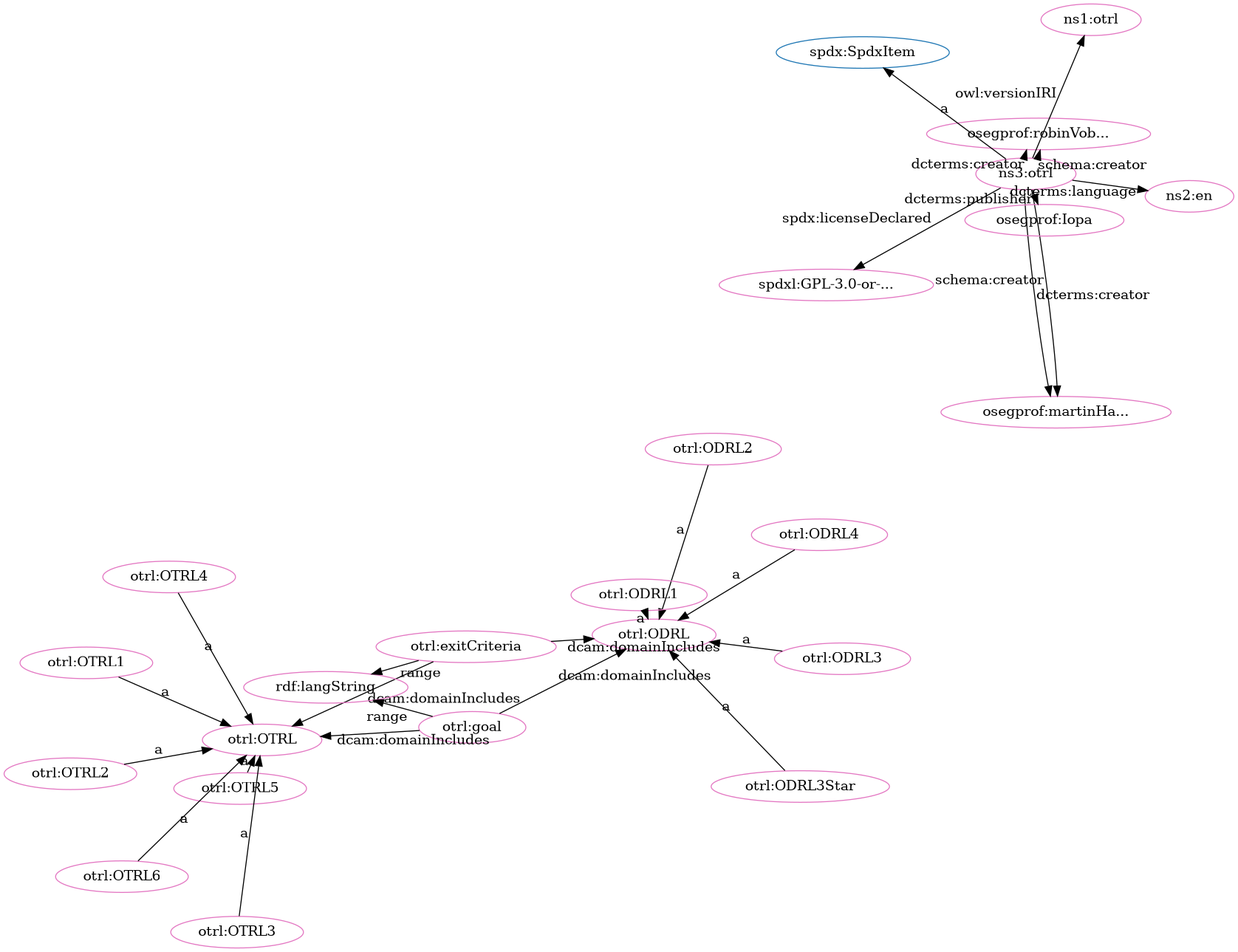
Before: src/spec/dot_otrl-clean.png, a diagram exported from Graphviz (iop-alliance/OpenKnowHow). Its source is kept beside it as src/spec/dot_otrl-clean.dot.
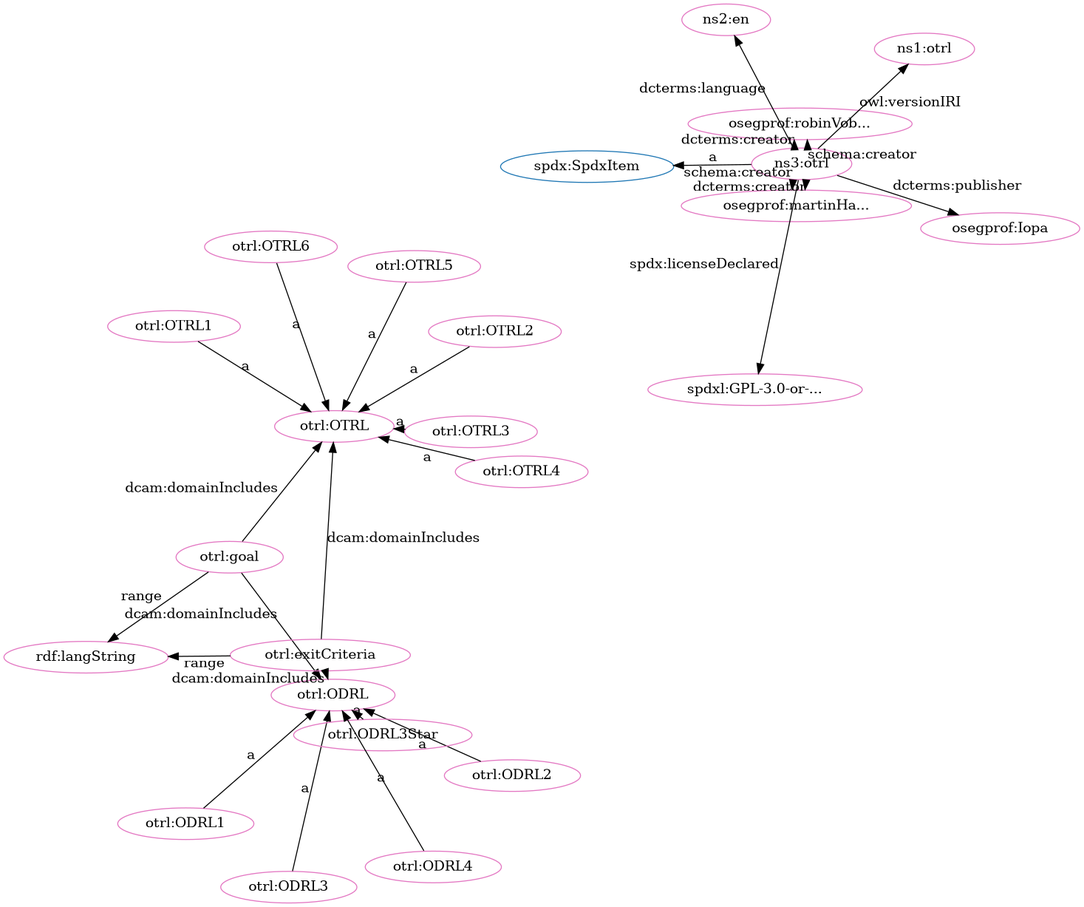
The same file after the commit.

Diff of the diagram source:
```diff
@@ -1,56 +1,56 @@
 digraph G {
   rankdir=BT
   node[height=.3]
+"http://w3id.org/oseg/ont/otrl#ODRL" [fillcolor="#1f77b4" color="#1f77b4" label="otrl:ODRL"]
 "http://w3id.org/oseg/ont/otrl#OTRL" [fillcolor="#1f77b4" color="#1f77b4" label="otrl:OTRL"]
-"http://w3id.org/oseg/ont/otrl#ODRL" [fillcolor="#1f77b4" color="#1f77b4" label="otrl:ODRL"]
 "http://spdx.org/rdf/terms#SpdxItem" [fillcolor="#1f77b4" color="#1f77b4" label="spdx:SpdxItem"]
+"http://w3id.org/oseg/ont/otrl#ODRL3" [fillcolor="#e377c2" color="#e377c2" label="otrl:ODRL3"]
+"http://w3id.org/oseg/ont/otrl#OTRL1" [fillcolor="#e377c2" color="#e377c2" label="otrl:OTRL1"]
+"http://w3id.org/oseg/ont/oseg-profiles#Iopa" [fillcolor="#e377c2" color="#e377c2" label="osegprof:Iopa"]
+"http://w3id.org/oseg/ont/otrl#ODRL2" [fillcolor="#e377c2" color="#e377c2" label="otrl:ODRL2"]
+"http://w3id.org/oseg/ont/otrl#OTRL6" [fillcolor="#e377c2" color="#e377c2" label="otrl:OTRL6"]
+"http://w3id.org/oseg/ont/otrl#goal" [fillcolor="#e377c2" color="#e377c2" label="otrl:goal"]
 "http://w3id.org/oseg/ont/otrl#OTRL2" [fillcolor="#e377c2" color="#e377c2" label="otrl:OTRL2"]
+"http://w3id.org/oseg/ont/otrl#ODRL1" [fillcolor="#e377c2" color="#e377c2" label="otrl:ODRL1"]
+"http://w3id.org/oseg/ont/oseg-profiles#martinHaeuer" [fillcolor="#e377c2" color="#e377c2" label="osegprof:martinHa..."]
+"http://w3id.org/oseg/ont/otrl#ODRL3Star" [fillcolor="#e377c2" color="#e377c2" label="otrl:ODRL3Star"]
+"http://w3id.org/oseg/ont/otrl#OTRL" [fillcolor="#e377c2" color="#e377c2" label="otrl:OTRL"]
+"http://w3id.org/oseg/ont/oseg-profiles#robinVobruba" [fillcolor="#e377c2" color="#e377c2" label="osegprof:robinVob..."]
+"http://w3id.org/oseg/ont/1.1.0/otrl" [fillcolor="#e377c2" color="#e377c2" label="ns1:otrl"]
+"http://w3id.org/oseg/ont/otrl#ODRL4" [fillcolor="#e377c2" color="#e377c2" label="otrl:ODRL4"]
 "http://w3id.org/oseg/ont/otrl#ODRL" [fillcolor="#e377c2" color="#e377c2" label="otrl:ODRL"]
+"http://www.w3.org/1999/02/22-rdf-syntax-ns#langString" [fillcolor="#e377c2" color="#e377c2" label="rdf:langString"]
+"http://id.loc.gov/vocabulary/iso639-1/en" [fillcolor="#e377c2" color="#e377c2" label="ns2:en"]
 "http://w3id.org/oseg/ont/otrl#exitCriteria" [fillcolor="#e377c2" color="#e377c2" label="otrl:exitCriteria"]
-"http://www.w3.org/1999/02/22-rdf-syntax-ns#langString" [fillcolor="#e377c2" color="#e377c2" label="rdf:langString"]
-"http://w3id.org/oseg/ont/oseg-profiles#robinVobruba" [fillcolor="#e377c2" color="#e377c2" label="osegprof:robinVob..."]
 "http://spdx.org/licenses/GPL-3.0-or-later" [fillcolor="#e377c2" color="#e377c2" label="spdxl:GPL-3.0-or-..."]
-"http://w3id.org/oseg/ont/otrl#ODRL2" [fillcolor="#e377c2" color="#e377c2" label="otrl:ODRL2"]
-"http://w3id.org/oseg/ont/1.1.0/otrl" [fillcolor="#e377c2" color="#e377c2" label="ns1:otrl"]
-"http://id.loc.gov/vocabulary/iso639-1/en" [fillcolor="#e377c2" color="#e377c2" label="ns2:en"]
-"http://w3id.org/oseg/ont/otrl#OTRL" [fillcolor="#e377c2" color="#e377c2" label="otrl:OTRL"]
+"http://w3id.org/oseg/ont/otrl#OTRL5" [fillcolor="#e377c2" color="#e377c2" label="otrl:OTRL5"]
+"http://w3id.org/oseg/ont/otrl" [fillcolor="#e377c2" color="#e377c2" label="ns3:otrl"]
+"http://w3id.org/oseg/ont/otrl#OTRL3" [fillcolor="#e377c2" color="#e377c2" label="otrl:OTRL3"]
 "http://w3id.org/oseg/ont/otrl#OTRL4" [fillcolor="#e377c2" color="#e377c2" label="otrl:OTRL4"]
-"http://w3id.org/oseg/ont/otrl" [fillcolor="#e377c2" color="#e377c2" label="ns3:otrl"]
-"http://w3id.org/oseg/ont/otrl#OTRL5" [fillcolor="#e377c2" color="#e377c2" label="otrl:OTRL5"]
-"http://w3id.org/oseg/ont/oseg-profiles#martinHaeuer" [fillcolor="#e377c2" color="#e377c2" label="osegprof:martinHa..."]
-"http://w3id.org/oseg/ont/oseg-profiles#Iopa" [fillcolor="#e377c2" color="#e377c2" label="osegprof:Iopa"]
-"http://w3id.org/oseg/ont/otrl#ODRL3Star" [fillcolor="#e377c2" color="#e377c2" label="otrl:ODRL3Star"]
-"http://w3id.org/oseg/ont/otrl#OTRL6" [fillcolor="#e377c2" color="#e377c2" label="otrl:OTRL6"]
-"http://w3id.org/oseg/ont/otrl#OTRL3" [fillcolor="#e377c2" color="#e377c2" label="otrl:OTRL3"]
-"http://w3id.org/oseg/ont/otrl#OTRL1" [fillcolor="#e377c2" color="#e377c2" label="otrl:OTRL1"]
-"http://w3id.org/oseg/ont/otrl#ODRL3" [fillcolor="#e377c2" color="#e377c2" label="otrl:ODRL3"]
-"http://w3id.org/oseg/ont/otrl#ODRL4" [fillcolor="#e377c2" color="#e377c2" label="otrl:ODRL4"]
-"http://w3id.org/oseg/ont/otrl#ODRL1" [fillcolor="#e377c2" color="#e377c2" label="otrl:ODRL1"]
-"http://w3id.org/oseg/ont/otrl#goal" [fillcolor="#e377c2" color="#e377c2" label="otrl:goal"]
+  "http://w3id.org/oseg/ont/otrl#ODRL2" -> "http://w3id.org/oseg/ont/otrl#ODRL" [label="a"]
+  "http://w3id.org/oseg/ont/otrl#OTRL6" -> "http://w3id.org/oseg/ont/otrl#OTRL" [label="a"]
   "http://w3id.org/oseg/ont/otrl#OTRL2" -> "http://w3id.org/oseg/ont/otrl#OTRL" [label="a"]
+  "http://w3id.org/oseg/ont/otrl" -> "http://w3id.org/oseg/ont/oseg-profiles#martinHaeuer" [label="dcterms:creator"]
+  "http://w3id.org/oseg/ont/otrl#ODRL3Star" -> "http://w3id.org/oseg/ont/otrl#ODRL" [label="a"]
+  "http://w3id.org/oseg/ont/otrl#exitCriteria" -> "http://w3id.org/oseg/ont/otrl#OTRL" [label="dcam:domainIncludes"]
+  "http://w3id.org/oseg/ont/otrl" -> "http://w3id.org/oseg/ont/1.1.0/otrl" [label="owl:versionIRI"]
+  "http://w3id.org/oseg/ont/otrl#goal" -> "http://w3id.org/oseg/ont/otrl#OTRL" [label="dcam:domainIncludes"]
+  "http://w3id.org/oseg/ont/otrl#ODRL4" -> "http://w3id.org/oseg/ont/otrl#ODRL" [label="a"]
+  "http://w3id.org/oseg/ont/otrl#exitCriteria" -> "http://w3id.org/oseg/ont/otrl#ODRL" [label="dcam:domainIncludes"]
+  "http://w3id.org/oseg/ont/otrl#goal" -> "http://www.w3.org/1999/02/22-rdf-syntax-ns#langString" [label="range"]
+  "http://w3id.org/oseg/ont/otrl#exitCriteria" -> "http://www.w3.org/1999/02/22-rdf-syntax-ns#langString" [label="range"]
+  "http://w3id.org/oseg/ont/otrl" -> "http://id.loc.gov/vocabulary/iso639-1/en" [label="dcterms:language"]
   "http://w3id.org/oseg/ont/otrl#goal" -> "http://w3id.org/oseg/ont/otrl#ODRL" [label="dcam:domainIncludes"]
-  "http://w3id.org/oseg/ont/otrl#goal" -> "http://www.w3.org/1999/02/22-rdf-syntax-ns#langString" [label="range"]
   "http://w3id.org/oseg/ont/otrl" -> "http://w3id.org/oseg/ont/oseg-profiles#robinVobruba" [label="dcterms:creator"]
   "http://w3id.org/oseg/ont/otrl" -> "http://spdx.org/licenses/GPL-3.0-or-later" [label="spdx:licenseDeclared"]
-  "http://w3id.org/oseg/ont/otrl#ODRL2" -> "http://w3id.org/oseg/ont/otrl#ODRL" [label="a"]
+  "http://w3id.org/oseg/ont/otrl#OTRL5" -> "http://w3id.org/oseg/ont/otrl#OTRL" [label="a"]
+  "http://w3id.org/oseg/ont/otrl#OTRL3" -> "http://w3id.org/oseg/ont/otrl#OTRL" [label="a"]
   "http://w3id.org/oseg/ont/otrl#OTRL4" -> "http://w3id.org/oseg/ont/otrl#OTRL" [label="a"]
+  "http://w3id.org/oseg/ont/otrl#ODRL3" -> "http://w3id.org/oseg/ont/otrl#ODRL" [label="a"]
+  "http://w3id.org/oseg/ont/otrl#OTRL1" -> "http://w3id.org/oseg/ont/otrl#OTRL" [label="a"]
+  "http://w3id.org/oseg/ont/otrl" -> "http://w3id.org/oseg/ont/oseg-profiles#Iopa" [label="dcterms:publisher"]
+  "http://w3id.org/oseg/ont/otrl#ODRL1" -> "http://w3id.org/oseg/ont/otrl#ODRL" [label="a"]
+  "http://w3id.org/oseg/ont/otrl" -> "http://w3id.org/oseg/ont/oseg-profiles#robinVobruba" [label="schema:creator"]
   "http://w3id.org/oseg/ont/otrl" -> "http://w3id.org/oseg/ont/oseg-profiles#martinHaeuer" [label="schema:creator"]
-  "http://w3id.org/oseg/ont/otrl" -> "http://w3id.org/oseg/ont/oseg-profiles#Iopa" [label="dcterms:publisher"]
-  "http://w3id.org/oseg/ont/otrl#ODRL3Star" -> "http://w3id.org/oseg/ont/otrl#ODRL" [label="a"]
-  "http://w3id.org/oseg/ont/otrl#OTRL6" -> "http://w3id.org/oseg/ont/otrl#OTRL" [label="a"]
   "http://w3id.org/oseg/ont/otrl" -> "http://spdx.org/rdf/terms#SpdxItem" [label="a"]
-  "http://w3id.org/oseg/ont/otrl#ODRL1" -> "http://w3id.org/oseg/ont/otrl#ODRL" [label="a"]
-  "http://w3id.org/oseg/ont/otrl" -> "http://w3id.org/oseg/ont/1.1.0/otrl" [label="owl:versionIRI"]
-  "http://w3id.org/oseg/ont/otrl" -> "http://id.loc.gov/vocabulary/iso639-1/en" [label="dcterms:language"]
-  "http://w3id.org/oseg/ont/otrl" -> "http://w3id.org/oseg/ont/oseg-profiles#robinVobruba" [label="schema:creator"]
-  "http://w3id.org/oseg/ont/otrl#exitCriteria" -> "http://w3id.org/oseg/ont/otrl#OTRL" [label="dcam:domainIncludes"]
-  "http://w3id.org/oseg/ont/otrl#OTRL5" -> "http://w3id.org/oseg/ont/otrl#OTRL" [label="a"]
-  "http://w3id.org/oseg/ont/otrl#exitCriteria" -> "http://www.w3.org/1999/02/22-rdf-syntax-ns#langString" [label="range"]
-  "http://w3id.org/oseg/ont/otrl#exitCriteria" -> "http://w3id.org/oseg/ont/otrl#ODRL" [label="dcam:domainIncludes"]
-  "http://w3id.org/oseg/ont/otrl#OTRL3" -> "http://w3id.org/oseg/ont/otrl#OTRL" [label="a"]
-  "http://w3id.org/oseg/ont/otrl#OTRL1" -> "http://w3id.org/oseg/ont/otrl#OTRL" [label="a"]
-  "http://w3id.org/oseg/ont/otrl#ODRL3" -> "http://w3id.org/oseg/ont/otrl#ODRL" [label="a"]
-  "http://w3id.org/oseg/ont/otrl#ODRL4" -> "http://w3id.org/oseg/ont/otrl#ODRL" [label="a"]
-  "http://w3id.org/oseg/ont/otrl" -> "http://w3id.org/oseg/ont/oseg-profiles#martinHaeuer" [label="dcterms:creator"]
-  "http://w3id.org/oseg/ont/otrl#goal" -> "http://w3id.org/oseg/ont/otrl#OTRL" [label="dcam:domainIncludes"]
 }
```
